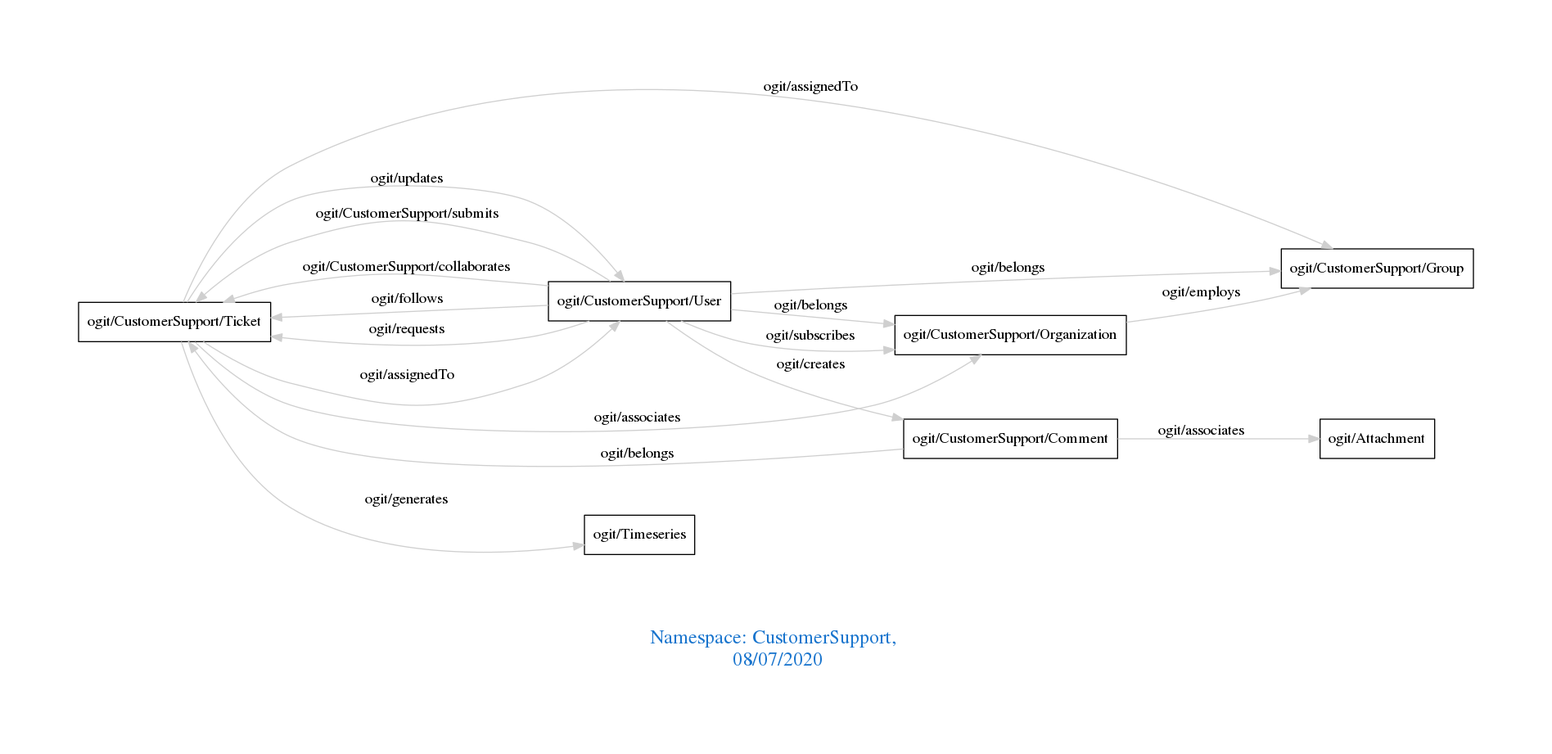
This is downloads/CustomerSupport.png from arago/OGIT, a Graphviz export, as it was before one commit. Its source is kept beside it as downloads/CustomerSupport.dot.
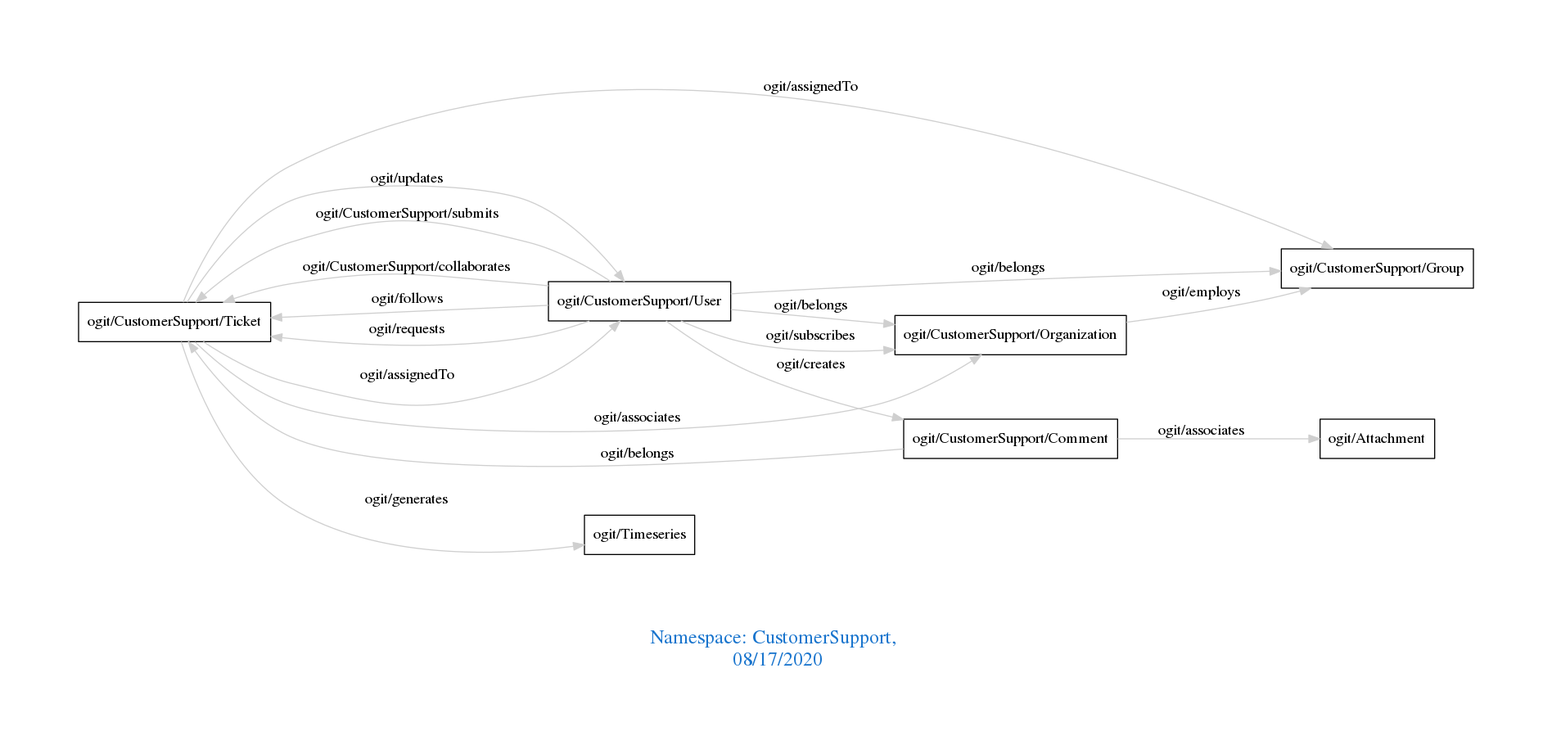
Above is the later version.

Diff of the diagram source:
```diff
@@ -1,7 +1,7 @@
 digraph OGIT_ontology {
  graph [ rankdir= LR,pad=1
 fontsize = 18,
-fontcolor= dodgerblue3,label = "\n\n\nNamespace: CustomerSupport, \n 08/07/2020"];
+fontcolor= dodgerblue3,label = "\n\n\nNamespace: CustomerSupport, \n 08/17/2020"];
 node[shape=polygon];
 edge [  color="gray81"];
 
```
